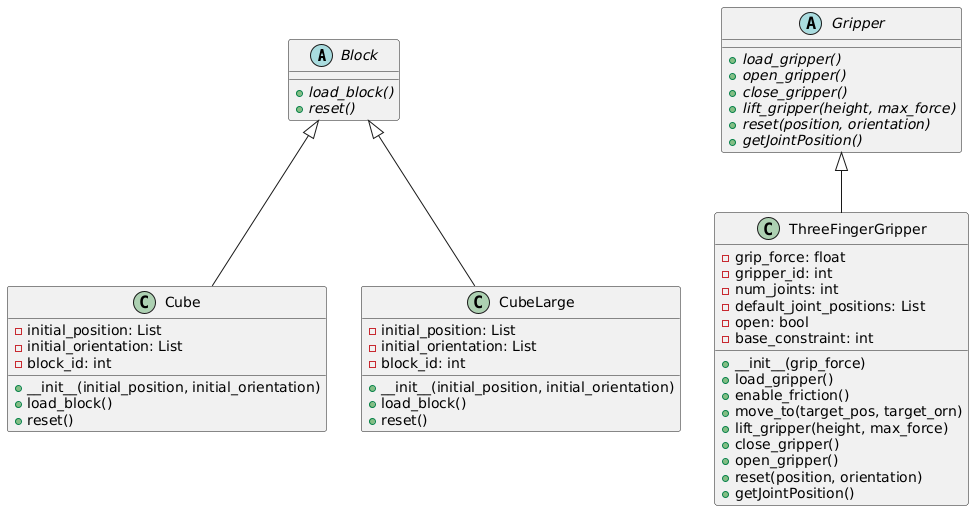
Earlier version of the PlantUML export RobotSimulator_v1/UML_Diagram.png (HGardner1108/OOP-Project---Group-24). The source it was exported from:
```plantuml
@startuml
abstract class Block {
  + {abstract} load_block()
  + {abstract} reset()
}

class Cube {
  - initial_position: List
  - initial_orientation: List
  - block_id: int
  + __init__(initial_position, initial_orientation)
  + load_block()
  + reset()
}

class CubeLarge {
  - initial_position: List
  - initial_orientation: List
  - block_id: int
  + __init__(initial_position, initial_orientation)
  + load_block()
  + reset()
}

abstract class Gripper {
  + {abstract} load_gripper()
  + {abstract} open_gripper()
  + {abstract} close_gripper()
  + {abstract} lift_gripper(height, max_force)
  + {abstract} reset(position, orientation)
  + {abstract} getJointPosition()
}

class ThreeFingerGripper {
  - grip_force: float
  - gripper_id: int
  - num_joints: int
  - default_joint_positions: List
  - open: bool
  - base_constraint: int
  + __init__(grip_force)
  + load_gripper()
  + enable_friction()
  + move_to(target_pos, target_orn)
  + lift_gripper(height, max_force)
  + close_gripper()
  + open_gripper()
  + reset(position, orientation)
  + getJointPosition()
}

Block <|-- Cube
Block <|-- CubeLarge
Gripper <|-- ThreeFingerGripper
@enduml
```
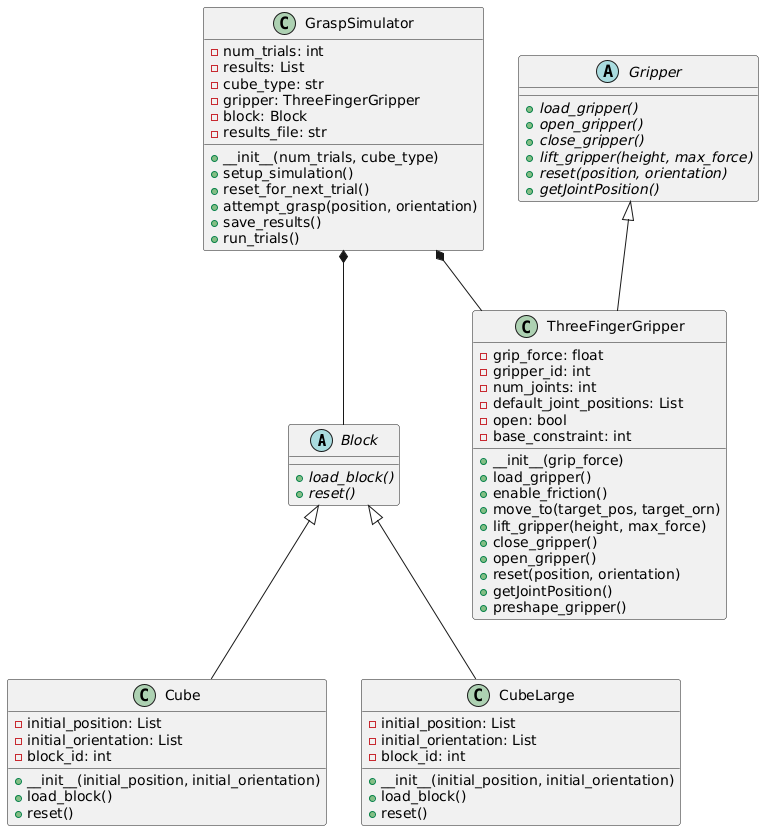
Later version of the same file.

Commit message:
Corrected UML Diagram

Change to the diagram source:
```diff
@@ -47,9 +47,27 @@
   + open_gripper()
   + reset(position, orientation)
   + getJointPosition()
+  + preshape_gripper()
+}
+
+class GraspSimulator {
+  - num_trials: int
+  - results: List
+  - cube_type: str
+  - gripper: ThreeFingerGripper
+  - block: Block
+  - results_file: str
+  + __init__(num_trials, cube_type)
+  + setup_simulation()
+  + reset_for_next_trial()
+  + attempt_grasp(position, orientation)
+  + save_results()
+  + run_trials()
 }
 
 Block <|-- Cube
 Block <|-- CubeLarge
 Gripper <|-- ThreeFingerGripper
+GraspSimulator *-- ThreeFingerGripper
+GraspSimulator *-- Block
 @enduml
```
